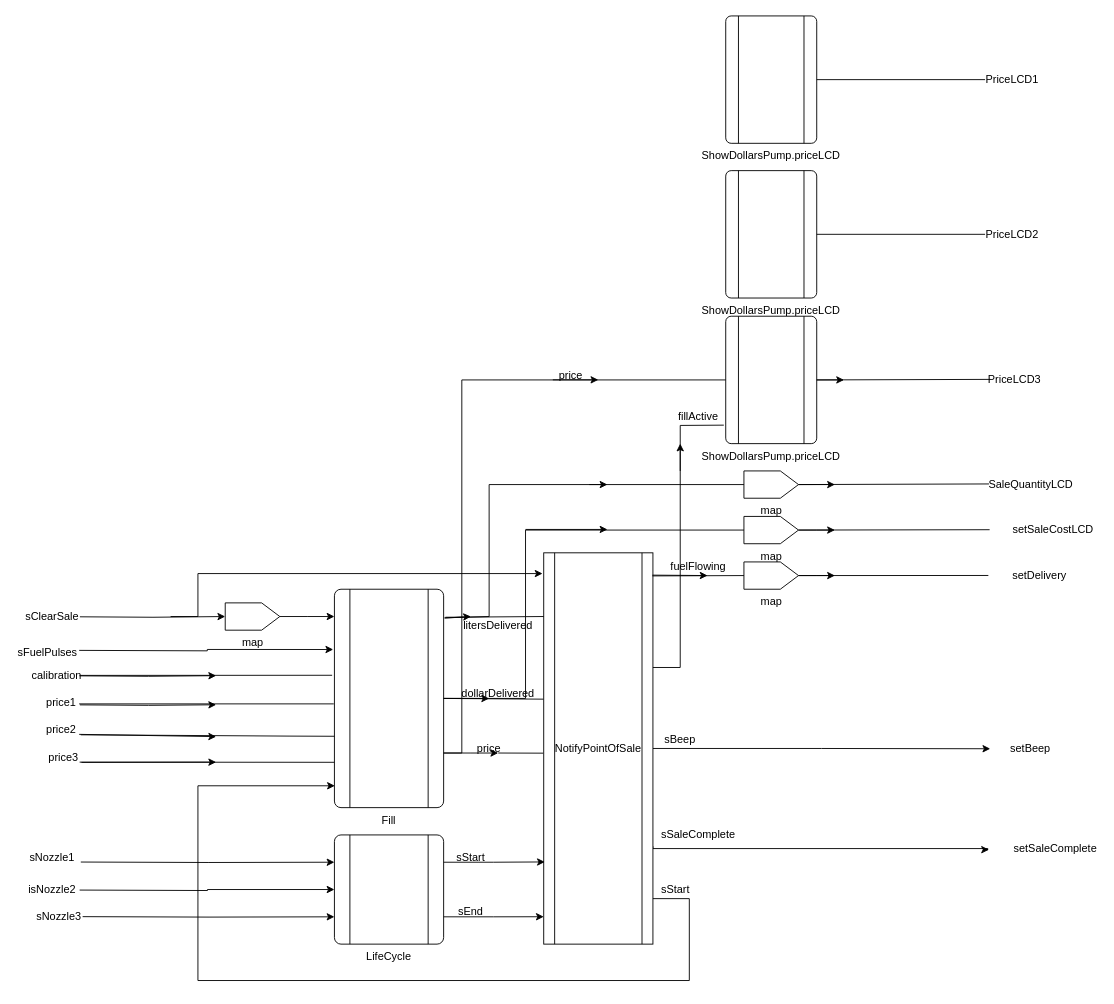
Earlier version of the draw.io diagram ClearSalePump.drawio (suzuki-taro-29/FRP-chap4-diagrams). Source tidied: cells renumbered, new cells numbered last; positions are measured from the earlier drawing's top-left corner, leaving out a move shared by most shapes. Both pictures are drawn from the tidied source at 91%, with x=0, y=0 at pixel (15, 15).
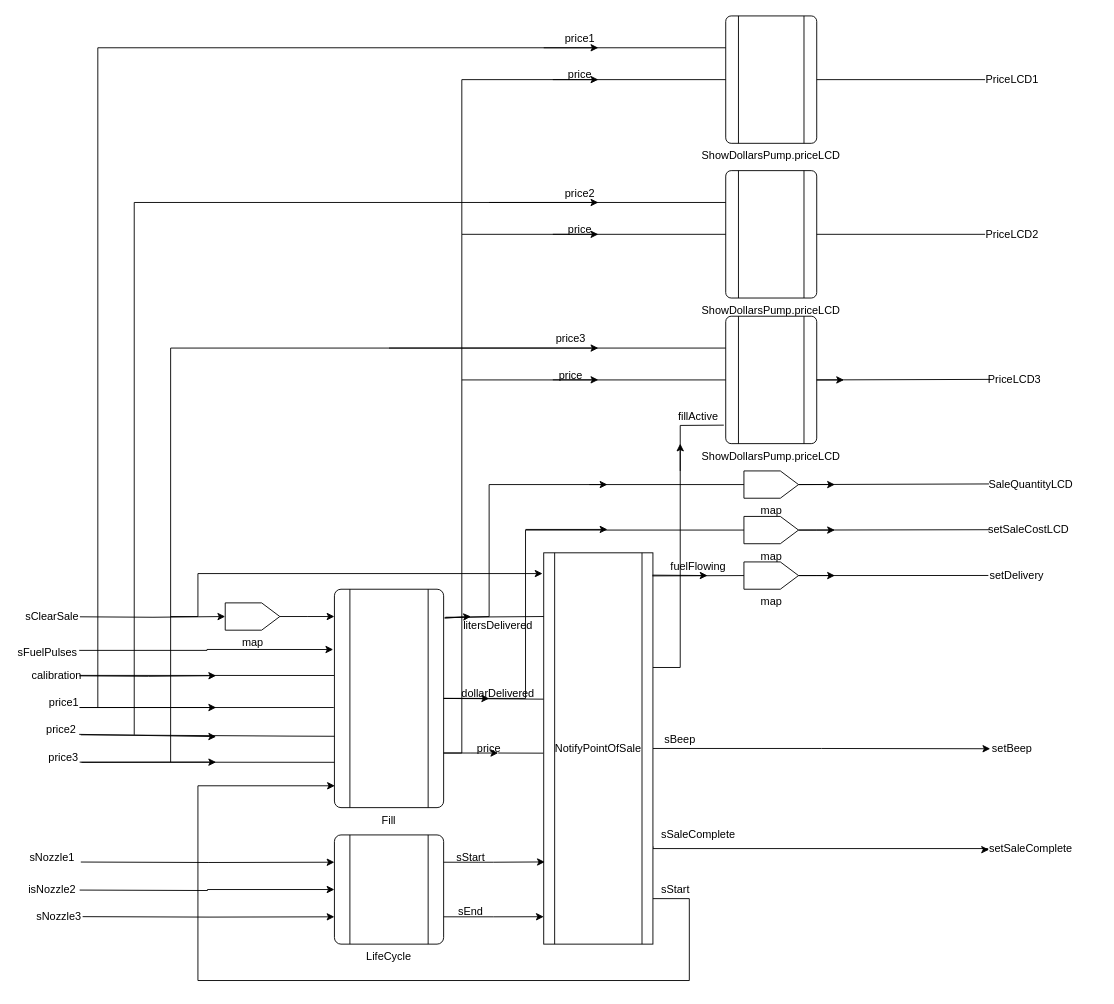
After the change.

Commit message:
ClearSalePump.drawio を更新します

Unchanged cells that the change refers to:
```xml
<mxCell id="3" value="Fill" style="verticalLabelPosition=bottom;verticalAlign=top;html=1;shape=process;whiteSpace=wrap;rounded=1;size=0.14;arcSize=6;" parent="1" vertex="1">
  <mxGeometry x="350" y="630" width="120" height="240" as="geometry" />
</mxCell>
<mxCell id="39" value="ShowDollarsPump.priceLCD" style="verticalLabelPosition=bottom;verticalAlign=top;html=1;shape=process;whiteSpace=wrap;rounded=1;size=0.14;arcSize=6;" parent="1" vertex="1">
  <mxGeometry x="780" y="330" width="100" height="140" as="geometry" />
</mxCell>
<mxCell id="83" value="ShowDollarsPump.priceLCD" style="verticalLabelPosition=bottom;verticalAlign=top;html=1;shape=process;whiteSpace=wrap;rounded=1;size=0.14;arcSize=6;" parent="1" vertex="1">
  <mxGeometry x="780" width="100" height="140" as="geometry" />
</mxCell>
<mxCell id="84" value="ShowDollarsPump.priceLCD" style="verticalLabelPosition=bottom;verticalAlign=top;html=1;shape=process;whiteSpace=wrap;rounded=1;size=0.14;arcSize=6;" parent="1" vertex="1">
  <mxGeometry x="780" y="170" width="100" height="140" as="geometry" />
</mxCell>
```

What changed in the source:
```diff
@@
-    <mxCell id="15" style="edgeStyle=orthogonalEdgeStyle;rounded=0;orthogonalLoop=1;jettySize=auto;html=1;exitX=1.003;exitY=0.522;exitDx=0;exitDy=0;exitPerimeter=0;" parent="1" edge="1">
-      <mxGeometry relative="1" as="geometry">
-        <mxPoint x="70.3" y="757.1" as="sourcePoint" />
-        <mxPoint x="220" y="757" as="targetPoint" />
-      </mxGeometry>
-    </mxCell>
     <mxCell id="16" value="price1" style="text;html=1;align=center;verticalAlign=middle;whiteSpace=wrap;rounded=0;" parent="1" vertex="1">
-      <mxGeometry x="30" y="740" width="40" height="30" as="geometry" />
+      <mxGeometry x="32.5" y="740" width="40" height="30" as="geometry" />
     </mxCell>
@@
     <mxCell id="22" style="edgeStyle=orthogonalEdgeStyle;rounded=0;jettySize=auto;html=1;exitX=0.995;exitY=0.413;exitDx=0;exitDy=0;entryX=-0.011;entryY=0.276;entryDx=0;entryDy=0;entryPerimeter=0;exitPerimeter=0;" parent="1" edge="1" target="3">
       <mxGeometry relative="1" as="geometry">
         <mxPoint x="69.5" y="697.2" as="sourcePoint" />
+        <Array as="points">
+          <mxPoint x="210" y="697" />
+          <mxPoint x="210" y="696" />
+        </Array>
       </mxGeometry>
     </mxCell>
-    <mxCell id="23" style="endArrow=none;html=1;rounded=0;exitX=-0.021;exitY=0.394;exitDx=0;exitDy=0;exitPerimeter=0;entryX=1;entryY=0.463;entryDx=0;entryDy=0;entryPerimeter=0;" parent="1" edge="1" source="3">
+    <mxCell id="23" style="endArrow=none;html=1;rounded=0;exitX=-0.004;exitY=0.395;exitDx=0;exitDy=0;exitPerimeter=0;entryX=1;entryY=0.463;entryDx=0;entryDy=0;entryPerimeter=0;" parent="1" edge="1" source="3">
       <mxGeometry relative="1" as="geometry">
         <mxPoint x="70" y="724.7" as="targetPoint" />
       </mxGeometry>
     </mxCell>
-    <mxCell id="24" style="endArrow=none;html=1;rounded=0;exitX=0.995;exitY=0.52;exitDx=0;exitDy=0;entryX=-0.006;entryY=0.525;entryDx=0;entryDy=0;entryPerimeter=0;exitPerimeter=0;" parent="1" edge="1" target="3">
+    <mxCell id="24" style="endArrow=none;html=1;rounded=0;entryX=-0.006;entryY=0.525;entryDx=0;entryDy=0;entryPerimeter=0;" parent="1" edge="1">
       <mxGeometry relative="1" as="geometry">
-        <mxPoint x="69.5" y="756" as="sourcePoint" />
+        <mxPoint x="70" y="760" as="sourcePoint" />
+        <mxPoint x="349.3" y="760" as="targetPoint" />
       </mxGeometry>
     </mxCell>
@@
     <mxCell id="34" value="setSaleCostLCD" style="text;html=1;align=center;verticalAlign=middle;whiteSpace=wrap;rounded=0;" parent="1" vertex="1">
-      <mxGeometry x="1095" y="550" width="90" height="30" as="geometry" />
+      <mxGeometry x="1067.5" y="550" width="90" height="30" as="geometry" />
     </mxCell>
@@
     <mxCell id="69" value="setBeep" style="text;html=1;align=center;verticalAlign=middle;whiteSpace=wrap;rounded=0;" parent="1" vertex="1">
-      <mxGeometry x="1090" y="790" width="50" height="30" as="geometry" />
+      <mxGeometry x="1070" y="790" width="50" height="30" as="geometry" />
     </mxCell>
     <mxCell id="70" value="setSaleComplete" style="text;html=1;align=center;verticalAlign=middle;whiteSpace=wrap;rounded=0;" parent="1" vertex="1">
-      <mxGeometry x="1095" y="900" width="95" height="30" as="geometry" />
+      <mxGeometry x="1067.5" y="900" width="95" height="30" as="geometry" />
     </mxCell>
     <mxCell id="71" value="setDelivery" style="text;html=1;align=center;verticalAlign=middle;whiteSpace=wrap;rounded=0;" parent="1" vertex="1">
-      <mxGeometry x="1095" y="600" width="60" height="30" as="geometry" />
+      <mxGeometry x="1070" y="600" width="60" height="30" as="geometry" />
     </mxCell>
@@
+    <mxCell id="87" style="endArrow=classic;html=1;rounded=0;" parent="1" edge="1">
+      <mxGeometry relative="1" as="geometry">
+        <mxPoint x="70" y="760" as="sourcePoint" />
+        <mxPoint x="220" y="760" as="targetPoint" />
+      </mxGeometry>
+    </mxCell>
+    <mxCell id="88" style="endArrow=none;html=1;rounded=0;exitX=0;exitY=0.5;exitDx=0;exitDy=0;" parent="1" edge="1" source="84">
+      <mxGeometry relative="1" as="geometry">
+        <mxPoint x="490" y="400" as="targetPoint" />
+        <Array as="points">
+          <mxPoint x="490" y="240" />
+        </Array>
+      </mxGeometry>
+    </mxCell>
+    <mxCell id="89" style="endArrow=none;html=1;rounded=0;entryX=0;entryY=0.5;entryDx=0;entryDy=0;" parent="1" edge="1" target="83">
+      <mxGeometry relative="1" as="geometry">
+        <mxPoint x="490" y="240" as="sourcePoint" />
+        <Array as="points">
+          <mxPoint x="490" y="70" />
+        </Array>
+      </mxGeometry>
+    </mxCell>
+    <mxCell id="90" style="endArrow=classic;html=1;rounded=0;" parent="1" edge="1">
+      <mxGeometry relative="1" as="geometry">
+        <mxPoint x="590" y="70" as="sourcePoint" />
+        <mxPoint x="640" y="70" as="targetPoint" />
+      </mxGeometry>
+    </mxCell>
+    <mxCell id="91" style="endArrow=classic;html=1;rounded=0;" parent="1" edge="1">
+      <mxGeometry relative="1" as="geometry">
+        <mxPoint x="590" y="240" as="sourcePoint" />
+        <mxPoint x="640" y="240" as="targetPoint" />
+      </mxGeometry>
+    </mxCell>
+    <mxCell id="92" value="price" style="text;html=1;align=center;verticalAlign=middle;whiteSpace=wrap;rounded=0;" parent="1" vertex="1">
+      <mxGeometry x="590" y="220" width="60" height="30" as="geometry" />
+    </mxCell>
+    <mxCell id="93" value="price" style="text;html=1;align=center;verticalAlign=middle;whiteSpace=wrap;rounded=0;" parent="1" vertex="1">
+      <mxGeometry x="590" y="50" width="60" height="30" as="geometry" />
+    </mxCell>
+    <mxCell id="94" style="endArrow=none;html=1;rounded=0;entryX=0;entryY=0.25;entryDx=0;entryDy=0;" parent="1" edge="1" target="83">
+      <mxGeometry relative="1" as="geometry">
+        <mxPoint x="90" y="760" as="sourcePoint" />
+        <Array as="points">
+          <mxPoint x="90" y="35" />
+        </Array>
+      </mxGeometry>
+    </mxCell>
+    <mxCell id="95" style="endArrow=none;html=1;rounded=0;entryX=0;entryY=0.25;entryDx=0;entryDy=0;" parent="1" edge="1" target="84">
+      <mxGeometry relative="1" as="geometry">
+        <mxPoint x="130" y="790" as="sourcePoint" />
+        <Array as="points">
+          <mxPoint x="130" y="205" />
+        </Array>
+      </mxGeometry>
+    </mxCell>
+    <mxCell id="96" style="endArrow=none;html=1;rounded=0;entryX=0;entryY=0.25;entryDx=0;entryDy=0;" parent="1" edge="1" target="39">
+      <mxGeometry relative="1" as="geometry">
+        <mxPoint x="170" y="820" as="sourcePoint" />
+        <Array as="points">
+          <mxPoint x="170" y="365" />
+        </Array>
+      </mxGeometry>
+    </mxCell>
+    <mxCell id="97" value="price1" style="text;html=1;align=center;verticalAlign=middle;whiteSpace=wrap;rounded=0;" parent="1" vertex="1">
+      <mxGeometry x="590" y="10" width="60" height="30" as="geometry" />
+    </mxCell>
+    <mxCell id="98" value="price2" style="text;html=1;align=center;verticalAlign=middle;whiteSpace=wrap;rounded=0;" parent="1" vertex="1">
+      <mxGeometry x="590" y="180" width="60" height="30" as="geometry" />
+    </mxCell>
+    <mxCell id="99" value="price3" style="text;html=1;align=center;verticalAlign=middle;whiteSpace=wrap;rounded=0;" parent="1" vertex="1">
+      <mxGeometry x="580" y="340" width="60" height="30" as="geometry" />
+    </mxCell>
+    <mxCell id="100" style="endArrow=classic;html=1;rounded=0;" parent="1" edge="1">
+      <mxGeometry relative="1" as="geometry">
+        <mxPoint x="580" y="35" as="sourcePoint" />
+        <mxPoint x="640" y="35" as="targetPoint" />
+      </mxGeometry>
+    </mxCell>
+    <mxCell id="101" style="endArrow=classic;html=1;rounded=0;" parent="1" edge="1">
+      <mxGeometry relative="1" as="geometry">
+        <mxPoint x="520" y="205" as="sourcePoint" />
+        <mxPoint x="640" y="205" as="targetPoint" />
+      </mxGeometry>
+    </mxCell>
+    <mxCell id="102" style="endArrow=classic;html=1;rounded=0;" parent="1" edge="1">
+      <mxGeometry relative="1" as="geometry">
+        <mxPoint x="410" y="365" as="sourcePoint" />
+        <mxPoint x="640" y="365" as="targetPoint" />
+      </mxGeometry>
+    </mxCell>
```
